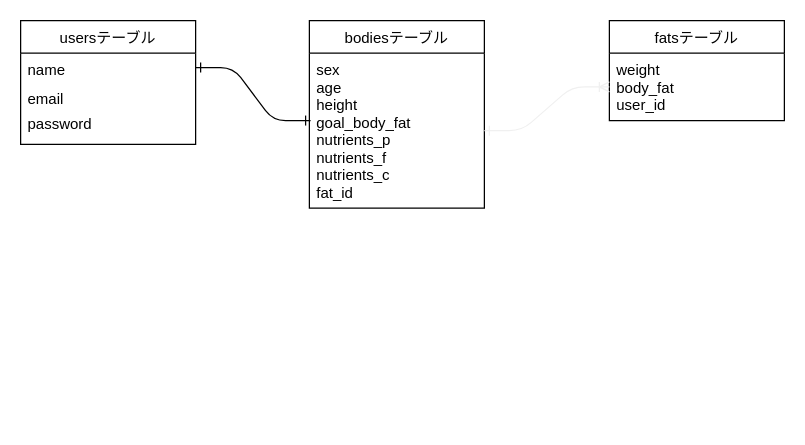
Above: designdb.dio in HSKINK/bodyrecord (draw.io), before the change. Source tidied: cells renumbered, new cells numbered last; positions are measured from the earlier drawing's top-left corner, leaving out a move shared by most shapes. Both pictures are drawn from the tidied source at 125%, with x=0, y=0 at pixel (20, 20).
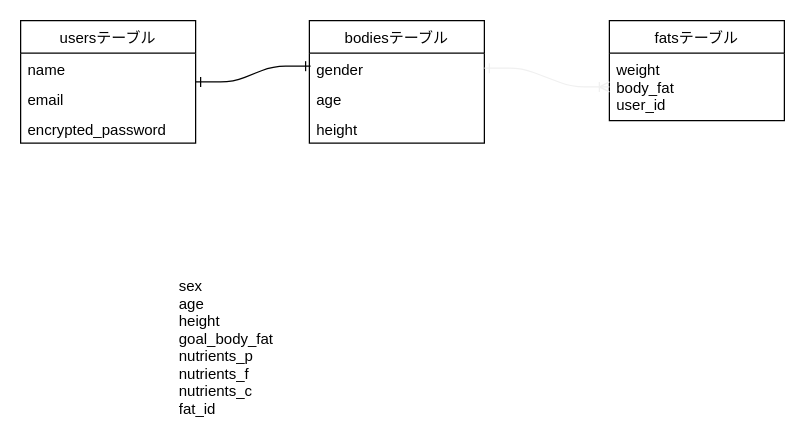
After the change.

Diff of the diagram source:
```diff
@@
 <mxGraphModel>
   <root>
     <mxCell id="0" />
     <mxCell id="1" parent="0" />
     <mxCell id="2" value="usersテーブル" style="swimlane;fontStyle=0;horizontal=1;startSize=26;" parent="1" vertex="1">
-      <mxGeometry width="140" height="99" as="geometry" />
+      <mxGeometry width="140" height="98" as="geometry" />
     </mxCell>
+    <mxCell id="8" value="name&#10;" style="text;strokeColor=none;fillColor=none;align=left;verticalAlign=top;spacingLeft=4;spacingRight=4;overflow=hidden;points=[[0,0.5],[1,0.5]];portConstraint=eastwest;" parent="2" vertex="1">
+      <mxGeometry y="26" width="140" height="24" as="geometry" />
+    </mxCell>
+    <mxCell id="10" value="email" style="text;strokeColor=none;fillColor=none;align=left;verticalAlign=top;spacingLeft=4;spacingRight=4;overflow=hidden;" parent="2" vertex="1">
+      <mxGeometry y="50" width="140" height="24" as="geometry" />
+    </mxCell>
+    <mxCell id="11" value="encrypted_password" style="text;strokeColor=none;fillColor=none;align=left;verticalAlign=top;spacingLeft=4;spacingRight=4;overflow=hidden;" parent="2" vertex="1">
+      <mxGeometry y="74" width="140" height="24" as="geometry" />
+    </mxCell>
     <mxCell id="3" value="fatsテーブル" style="swimlane;fontStyle=0;horizontal=1;startSize=26;" parent="1" vertex="1">
       <mxGeometry x="471" width="140" height="80" as="geometry" />
     </mxCell>
     <mxCell id="4" value="weight&#10;body_fat&#10;user_id" style="text;strokeColor=none;fillColor=none;align=left;verticalAlign=top;spacingLeft=4;spacingRight=4;overflow=hidden;points=[[0,0.5],[1,0.5]];portConstraint=eastwest;" parent="3" vertex="1">
       <mxGeometry y="26" width="140" height="54" as="geometry" />
     </mxCell>
     <mxCell id="5" value="bodiesテーブル" style="swimlane;fontStyle=0;horizontal=1;startSize=26;" parent="1" vertex="1">
-      <mxGeometry x="231" width="140" height="150" as="geometry" />
+      <mxGeometry x="231" width="140" height="98" as="geometry" />
     </mxCell>
-    <mxCell id="6" value="sex&#10;age&#10;height&#10;goal_body_fat&#10;nutrients_p&#10;nutrients_f&#10;nutrients_c&#10;fat_id" style="text;strokeColor=none;fillColor=none;align=left;verticalAlign=top;spacingLeft=4;spacingRight=4;overflow=hidden;points=[[0,0.5],[1,0.5]];portConstraint=eastwest;" parent="5" vertex="1">
-      <mxGeometry y="26" width="140" height="124" as="geometry" />
+    <mxCell id="6" value="gender" style="text;strokeColor=none;fillColor=none;align=left;verticalAlign=top;spacingLeft=4;spacingRight=4;overflow=hidden;points=[[0,0.5],[1,0.5]];portConstraint=eastwest;" parent="5" vertex="1">
+      <mxGeometry y="26" width="140" height="24" as="geometry" />
     </mxCell>
+    <mxCell id="12" value="age" style="text;strokeColor=none;fillColor=none;align=left;verticalAlign=top;spacingLeft=4;spacingRight=4;overflow=hidden;" parent="5" vertex="1">
+      <mxGeometry y="50" width="140" height="24" as="geometry" />
+    </mxCell>
+    <mxCell id="13" value="height" style="text;strokeColor=none;fillColor=none;align=left;verticalAlign=top;spacingLeft=4;spacingRight=4;overflow=hidden;" parent="5" vertex="1">
+      <mxGeometry y="74" width="140" height="24" as="geometry" />
+    </mxCell>
-    <mxCell id="7" style="edgeStyle=entityRelationEdgeStyle;fontSize=12;html=1;endArrow=ERone;endFill=0;targetPerimeterSpacing=0;sourcePerimeterSpacing=0;startArrow=ERone;startFill=0;exitX=0.007;exitY=0.435;exitDx=0;exitDy=0;exitPerimeter=0;" parent="1" edge="1" source="6" target="8">
+    <mxCell id="7" style="edgeStyle=entityRelationEdgeStyle;fontSize=12;html=1;endArrow=ERone;endFill=0;targetPerimeterSpacing=0;sourcePerimeterSpacing=0;startArrow=ERone;startFill=0;exitX=0.007;exitY=0.435;exitDx=0;exitDy=0;exitPerimeter=0;" parent="1" edge="1" source="6" target="2">
       <mxGeometry relative="1" as="geometry" />
     </mxCell>
-    <mxCell id="8" value="name&#10;" style="text;strokeColor=none;fillColor=none;align=left;verticalAlign=top;spacingLeft=4;spacingRight=4;overflow=hidden;points=[[0,0.5],[1,0.5]];portConstraint=eastwest;" parent="1" vertex="1">
-      <mxGeometry y="26" width="140" height="23" as="geometry" />
-    </mxCell>
     <mxCell id="9" style="edgeStyle=entityRelationEdgeStyle;fontSize=12;html=1;endArrow=ERoneToMany;sourcePerimeterSpacing=0;targetPerimeterSpacing=0;strokeColor=#f0f0f0;entryX=0;entryY=0.5;entryDx=0;entryDy=0;startArrow=ERone;startFill=0;endFill=0;" parent="1" edge="1" source="6" target="4">
       <mxGeometry relative="1" as="geometry" />
     </mxCell>
-    <mxCell id="10" value="email" style="text;strokeColor=none;fillColor=none;align=left;verticalAlign=top;spacingLeft=4;spacingRight=4;overflow=hidden;" parent="1" vertex="1">
-      <mxGeometry y="49" width="140" height="30" as="geometry" />
-    </mxCell>
-    <mxCell id="11" value="password" style="text;strokeColor=none;fillColor=none;align=left;verticalAlign=top;spacingLeft=4;spacingRight=4;overflow=hidden;" parent="1" vertex="1">
-      <mxGeometry y="69" width="140" height="30" as="geometry" />
-    </mxCell>
+    <mxCell id="14" value="sex&#10;age&#10;height&#10;goal_body_fat&#10;nutrients_p&#10;nutrients_f&#10;nutrients_c&#10;fat_id" style="text;strokeColor=none;fillColor=none;align=left;verticalAlign=top;spacingLeft=4;spacingRight=4;overflow=hidden;" parent="1" vertex="1">
+      <mxGeometry x="121" y="199" width="140" height="124" as="geometry" />
+    </mxCell>
   </root>
 </mxGraphModel>
```
